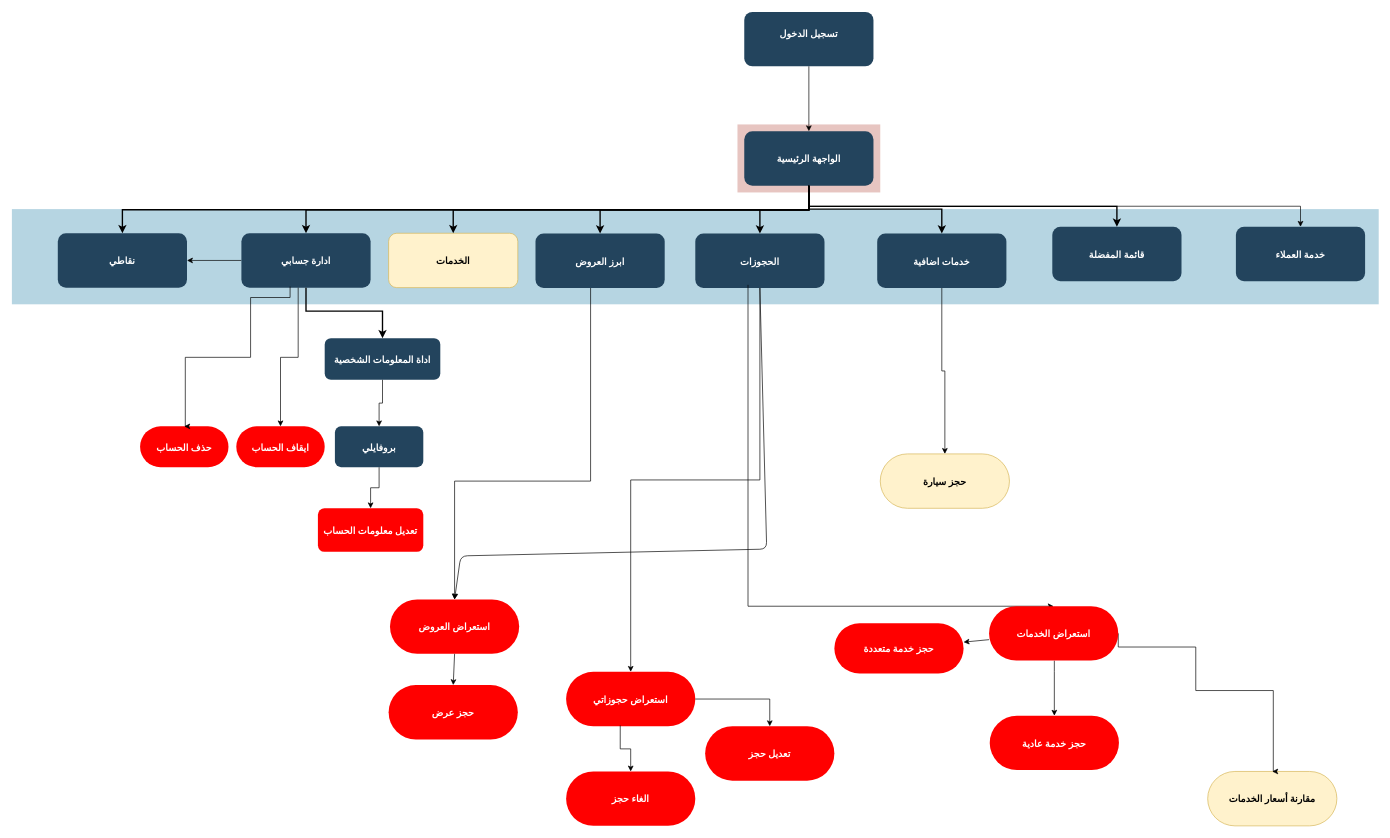
The draw.io diagram BeautyClientDiagram.drawio in MahmoudAlali/andclinicpatient-new, before the edit. Source tidied: cells renumbered, new cells numbered last; positions are measured from the earlier drawing's top-left corner, leaving out a move shared by most shapes. Both pictures are drawn from the tidied source at 68%, with x=0, y=0 at pixel (12, 12).
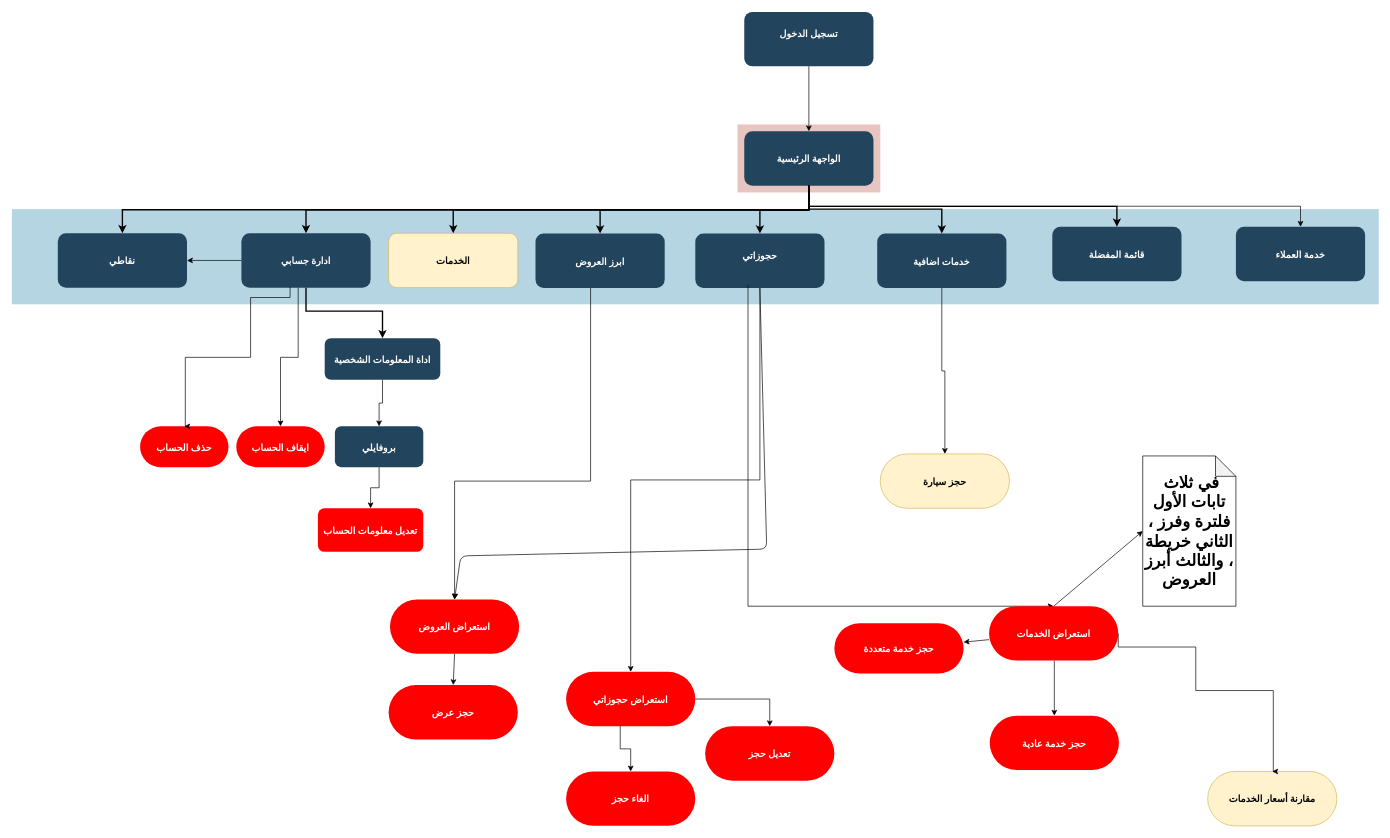
The same page after the edit.

Unchanged cells that the change refers to:
```xml
<mxCell id="48" value="استعراض الخدمات" style="rounded=1;fillColor=#FF0000;gradientColor=none;strokeColor=none;fontColor=#FFFFFF;fontStyle=1;fontFamily=Tahoma;fontSize=14;arcSize=50;" parent="1" vertex="1">
  <mxGeometry x="1437" y="874" width="190" height="80" as="geometry" />
</mxCell>
```

The edit, as a diff of the source:
```diff
@@
-    <mxCell id="5" value="الحجوزات" style="rounded=1;fillColor=#23445D;gradientColor=none;strokeColor=none;fontColor=#FFFFFF;fontStyle=1;fontFamily=Tahoma;fontSize=14;" parent="1" vertex="1">
+    <mxCell id="5" value="حجوزاتي&#10;" style="rounded=1;fillColor=#23445D;gradientColor=none;strokeColor=none;fontColor=#FFFFFF;fontStyle=1;fontFamily=Tahoma;fontSize=14;" parent="1" vertex="1">
       <mxGeometry x="1005" y="326" width="190" height="80" as="geometry" />
     </mxCell>
@@
+    <mxCell id="55" value="&lt;b&gt;&lt;font style=&quot;font-size: 24px&quot;&gt;في ثلاث&amp;nbsp; تابات الأول فلترة وفرز ، الثاني خريطة ، والثالث أبرز العروض&lt;/font&gt;&lt;/b&gt;" style="shape=note;whiteSpace=wrap;html=1;backgroundOutline=1;darkOpacity=0.05;" parent="1" vertex="1">
+      <mxGeometry x="1663" y="653" width="137" height="221" as="geometry" />
+    </mxCell>
+    <mxCell id="56" style="endArrow=classic;html=1;exitX=0.5;exitY=0;exitDx=0;exitDy=0;entryX=0;entryY=0.5;entryDx=0;entryDy=0;entryPerimeter=0;" parent="1" edge="1" source="48" target="55">
+      <mxGeometry relative="1" as="geometry" />
+    </mxCell>
```
